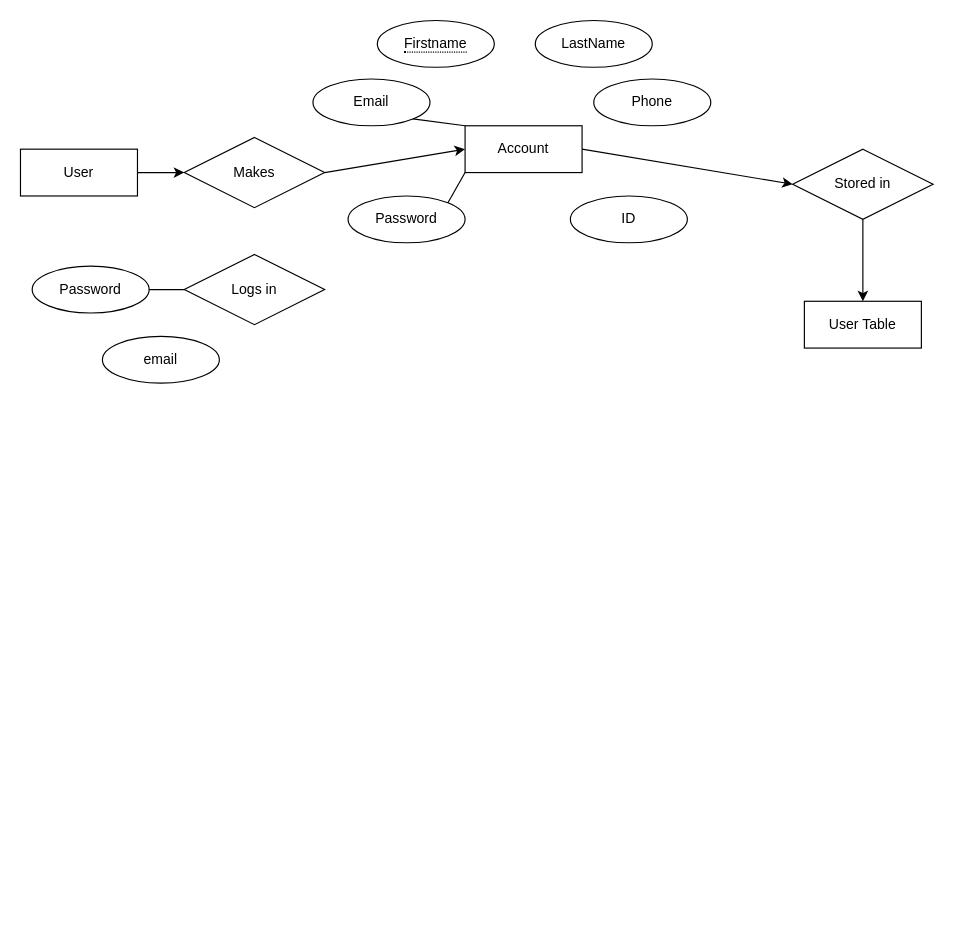
Above: Untitled Diagram.drawio in cop340212/group12 (draw.io), before the change. Source tidied: cells renumbered, new cells numbered last; positions are measured from the earlier drawing's top-left corner, leaving out a move shared by most shapes. Both pictures are drawn from the tidied source at 117%, with x=0, y=0 at pixel (20, 20).
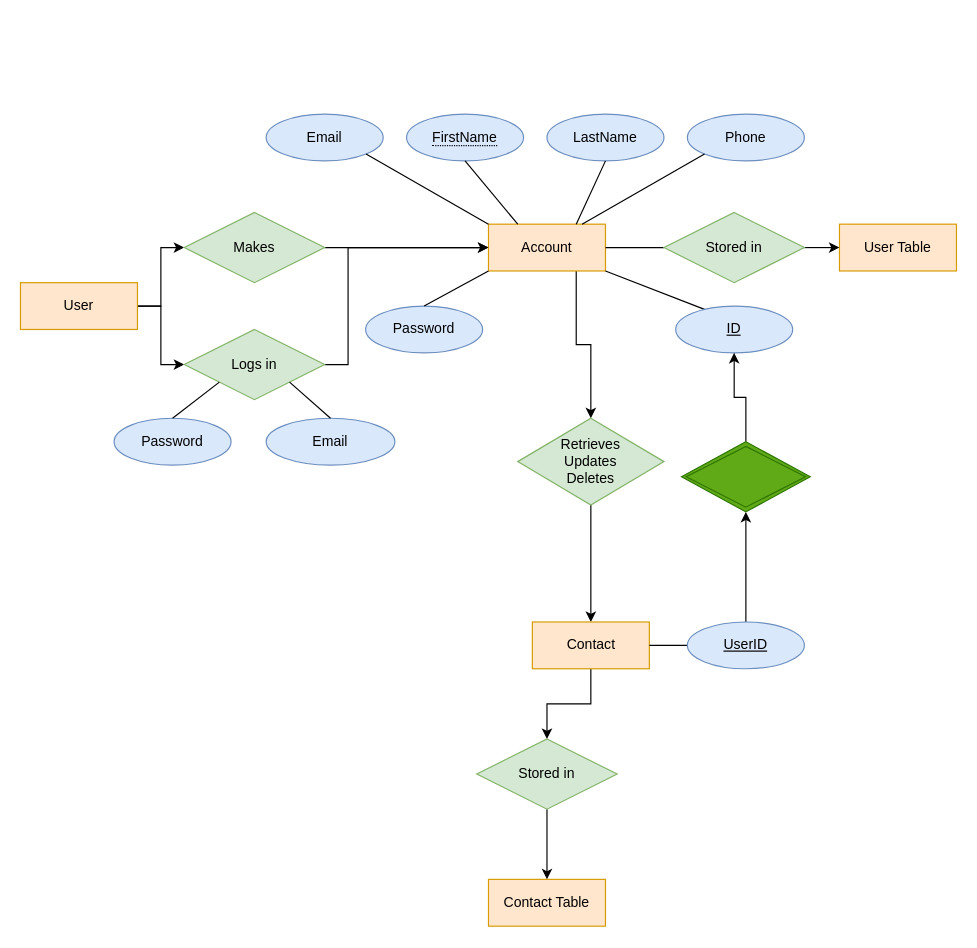
The same diagram, later.

What changed in the source:
```diff
@@
     <mxCell id="2" style="edgeStyle=none;rounded=0;orthogonalLoop=1;jettySize=auto;html=1;exitX=0;exitY=0;exitDx=0;exitDy=0;" parent="1" edge="1">
       <mxGeometry relative="1" as="geometry">
-        <mxPoint x="134.6" y="15.9" as="sourcePoint" />
-        <mxPoint x="134.6" y="15.9" as="targetPoint" />
+        <mxPoint x="134.6" y="100" as="sourcePoint" />
+        <mxPoint x="134.6" y="100" as="targetPoint" />
       </mxGeometry>
     </mxCell>
-    <mxCell id="3" style="edgeStyle=none;rounded=0;jettySize=auto;html=1;" parent="1" edge="1" source="4" target="9">
+    <mxCell id="3" style="edgeStyle=orthogonalEdgeStyle;rounded=0;jettySize=auto;html=1;exitX=1;exitY=0.5;exitDx=0;exitDy=0;entryX=0;entryY=0.5;entryDx=0;entryDy=0;" parent="1" edge="1" source="4" target="9">
       <mxGeometry relative="1" as="geometry" />
     </mxCell>
+    <mxCell id="25" style="edgeStyle=orthogonalEdgeStyle;rounded=0;jettySize=auto;html=1;exitX=1;exitY=0.5;exitDx=0;exitDy=0;entryX=0;entryY=0.5;entryDx=0;entryDy=0;" parent="1" edge="1" source="4" target="5">
+      <mxGeometry relative="1" as="geometry" />
+    </mxCell>
-    <mxCell id="4" value="User" style="whiteSpace=wrap;html=1;align=center;" parent="1" vertex="1">
-      <mxGeometry y="110" width="100" height="40" as="geometry" />
+    <mxCell id="4" value="User" style="whiteSpace=wrap;html=1;align=center;fillColor=#ffe6cc;strokeColor=#d79b00;" parent="1" vertex="1">
+      <mxGeometry y="224.1" width="100" height="40" as="geometry" />
     </mxCell>
+    <mxCell id="26" style="edgeStyle=orthogonalEdgeStyle;rounded=0;jettySize=auto;html=1;exitX=1;exitY=0.5;exitDx=0;exitDy=0;entryX=0;entryY=0.5;entryDx=0;entryDy=0;" parent="1" edge="1" source="5" target="7">
+      <mxGeometry relative="1" as="geometry">
+        <Array as="points">
+          <mxPoint x="280" y="294" />
+          <mxPoint x="280" y="194" />
+        </Array>
+      </mxGeometry>
+    </mxCell>
-    <mxCell id="5" value="Logs in" style="shape=rhombus;perimeter=rhombusPerimeter;whiteSpace=wrap;html=1;align=center;" parent="1" vertex="1">
-      <mxGeometry x="140" y="200" width="120" height="60" as="geometry" />
+    <mxCell id="5" value="Logs in" style="shape=rhombus;perimeter=rhombusPerimeter;whiteSpace=wrap;html=1;align=center;fillColor=#d5e8d4;strokeColor=#82b366;" parent="1" vertex="1">
+      <mxGeometry x="140" y="264.1" width="120" height="60" as="geometry" />
     </mxCell>
-    <mxCell id="6" style="edgeStyle=none;rounded=0;jettySize=auto;html=1;exitX=1;exitY=0.5;exitDx=0;exitDy=0;entryX=0;entryY=0.5;entryDx=0;entryDy=0;" parent="1" edge="1" source="7" target="11">
-      <mxGeometry relative="1" as="geometry" />
+    <mxCell id="6" style="edgeStyle=none;rounded=0;jettySize=auto;html=1;exitX=1;exitY=0.5;exitDx=0;exitDy=0;entryX=0;entryY=0.5;entryDx=0;entryDy=0;startArrow=none;" parent="1" edge="1" source="11">
+      <mxGeometry relative="1" as="geometry">
+        <mxPoint x="650" y="194.1" as="targetPoint" />
+      </mxGeometry>
     </mxCell>
+    <mxCell id="27" style="edgeStyle=orthogonalEdgeStyle;rounded=0;jettySize=auto;html=1;entryX=0.5;entryY=0;entryDx=0;entryDy=0;exitX=0.75;exitY=1;exitDx=0;exitDy=0;" parent="1" edge="1" source="7" target="33">
+      <mxGeometry relative="1" as="geometry" />
+    </mxCell>
-    <mxCell id="7" value="Account" style="whiteSpace=wrap;html=1;align=center;" parent="1" vertex="1">
-      <mxGeometry x="380" y="90" width="100" height="40" as="geometry" />
+    <mxCell id="7" value="Account" style="whiteSpace=wrap;html=1;align=center;fillColor=#ffe6cc;strokeColor=#d79b00;" parent="1" vertex="1">
+      <mxGeometry x="400" y="174.1" width="100" height="40" as="geometry" />
     </mxCell>
@@
-    <mxCell id="9" value="Makes" style="shape=rhombus;perimeter=rhombusPerimeter;whiteSpace=wrap;html=1;align=center;" parent="1" vertex="1">
-      <mxGeometry x="140" y="100" width="120" height="60" as="geometry" />
+    <mxCell id="9" value="Makes" style="shape=rhombus;perimeter=rhombusPerimeter;whiteSpace=wrap;html=1;align=center;fillColor=#d5e8d4;strokeColor=#82b366;" parent="1" vertex="1">
+      <mxGeometry x="140" y="164.1" width="120" height="60" as="geometry" />
     </mxCell>
-    <mxCell id="10" style="edgeStyle=none;rounded=0;jettySize=auto;html=1;exitX=0.5;exitY=1;exitDx=0;exitDy=0;entryX=0.5;entryY=0;entryDx=0;entryDy=0;" parent="1" edge="1" source="11" target="12">
-      <mxGeometry relative="1" as="geometry" />
-    </mxCell>
-    <mxCell id="11" value="Stored in" style="shape=rhombus;perimeter=rhombusPerimeter;whiteSpace=wrap;html=1;align=center;" parent="1" vertex="1">
-      <mxGeometry x="660" y="110" width="120" height="60" as="geometry" />
-    </mxCell>
-    <mxCell id="12" value="User Table" style="whiteSpace=wrap;html=1;align=center;" parent="1" vertex="1">
-      <mxGeometry x="670" y="240" width="100" height="40" as="geometry" />
+    <mxCell id="12" value="User Table" style="whiteSpace=wrap;html=1;align=center;fillColor=#ffe6cc;strokeColor=#d79b00;" parent="1" vertex="1">
+      <mxGeometry x="700" y="174.1" width="100" height="40" as="geometry" />
     </mxCell>
-    <mxCell id="13" value="&lt;span style=&quot;border-bottom: 1px dotted&quot;&gt;Firstname&lt;/span&gt;" style="ellipse;whiteSpace=wrap;html=1;align=center;" parent="1" vertex="1">
-      <mxGeometry x="305" width="100" height="40" as="geometry" />
+    <mxCell id="13" value="&lt;span style=&quot;border-bottom: 1px dotted&quot;&gt;FirstName&lt;/span&gt;" style="ellipse;whiteSpace=wrap;html=1;align=center;fillColor=#dae8fc;strokeColor=#6c8ebf;" parent="1" vertex="1">
+      <mxGeometry x="330" y="80" width="100" height="40" as="geometry" />
     </mxCell>
-    <mxCell id="14" value="LastName" style="ellipse;whiteSpace=wrap;html=1;align=center;" parent="1" vertex="1">
-      <mxGeometry x="440" width="100" height="40" as="geometry" />
+    <mxCell id="14" value="LastName" style="ellipse;whiteSpace=wrap;html=1;align=center;fillColor=#dae8fc;strokeColor=#6c8ebf;" parent="1" vertex="1">
+      <mxGeometry x="450" y="80" width="100" height="40" as="geometry" />
     </mxCell>
-    <mxCell id="15" value="ID" style="ellipse;whiteSpace=wrap;html=1;align=center;" parent="1" vertex="1">
-      <mxGeometry x="470" y="150" width="100" height="40" as="geometry" />
-    </mxCell>
-    <mxCell id="16" value="Email" style="ellipse;whiteSpace=wrap;html=1;align=center;" parent="1" vertex="1">
-      <mxGeometry x="250" y="50" width="100" height="40" as="geometry" />
+    <mxCell id="16" value="Email" style="ellipse;whiteSpace=wrap;html=1;align=center;fillColor=#dae8fc;strokeColor=#6c8ebf;" parent="1" vertex="1">
+      <mxGeometry x="210" y="80" width="100" height="40" as="geometry" />
     </mxCell>
-    <mxCell id="17" value="Password" style="ellipse;whiteSpace=wrap;html=1;align=center;" parent="1" vertex="1">
-      <mxGeometry x="280" y="150" width="100" height="40" as="geometry" />
+    <mxCell id="17" value="Password" style="ellipse;whiteSpace=wrap;html=1;align=center;fillColor=#dae8fc;strokeColor=#6c8ebf;" parent="1" vertex="1">
+      <mxGeometry x="295" y="244.1" width="100" height="40" as="geometry" />
     </mxCell>
-    <mxCell id="18" value="Phone" style="ellipse;whiteSpace=wrap;html=1;align=center;" parent="1" vertex="1">
-      <mxGeometry x="490" y="50" width="100" height="40" as="geometry" />
+    <mxCell id="18" value="Phone" style="ellipse;whiteSpace=wrap;html=1;align=center;fillColor=#dae8fc;strokeColor=#6c8ebf;" parent="1" vertex="1">
+      <mxGeometry x="570" y="80" width="100" height="40" as="geometry" />
     </mxCell>
-    <mxCell id="19" style="edgeStyle=none;rounded=0;orthogonalLoop=1;jettySize=auto;html=1;exitX=0;exitY=0.5;exitDx=0;exitDy=0;" parent="1" edge="1" source="11" target="11">
-      <mxGeometry relative="1" as="geometry">
-        <Array as="points">
-          <mxPoint x="660" y="140" />
-        </Array>
-      </mxGeometry>
-    </mxCell>
-    <mxCell id="20" value="email" style="ellipse;whiteSpace=wrap;html=1;align=center;" parent="1" vertex="1">
-      <mxGeometry x="70" y="270" width="100" height="40" as="geometry" />
+    <mxCell id="20" value="Email" style="ellipse;whiteSpace=wrap;html=1;align=center;fillColor=#dae8fc;strokeColor=#6c8ebf;" parent="1" vertex="1">
+      <mxGeometry x="210" y="340" width="110" height="40" as="geometry" />
     </mxCell>
-    <mxCell id="21" value="Password" style="ellipse;whiteSpace=wrap;html=1;align=center;" parent="1" vertex="1">
-      <mxGeometry x="10" y="210" width="100" height="40" as="geometry" />
+    <mxCell id="21" value="Password" style="ellipse;whiteSpace=wrap;html=1;align=center;fillColor=#dae8fc;strokeColor=#6c8ebf;" parent="1" vertex="1">
+      <mxGeometry x="80" y="340" width="100" height="40" as="geometry" />
     </mxCell>
-    <mxCell id="22" style="endArrow=none;html=1;rounded=0;exitX=1;exitY=0.5;exitDx=0;exitDy=0;entryX=0;entryY=0.5;entryDx=0;entryDy=0;" parent="1" edge="1" source="21" target="5">
-      <mxGeometry relative="1" as="geometry" />
-    </mxCell>
-    <mxCell id="23" style="endArrow=none;html=1;rounded=0;entryX=0;entryY=1;entryDx=0;entryDy=0;exitX=1;exitY=0;exitDx=0;exitDy=0;" parent="1" edge="1" source="17" target="7">
+    <mxCell id="23" style="endArrow=none;html=1;rounded=0;entryX=0;entryY=1;entryDx=0;entryDy=0;exitX=0.5;exitY=0;exitDx=0;exitDy=0;" parent="1" edge="1" source="17" target="7">
       <mxGeometry relative="1" as="geometry" />
     </mxCell>
@@
+    <mxCell id="28" style="endArrow=none;html=1;rounded=0;exitX=0.25;exitY=0;exitDx=0;exitDy=0;" parent="1" edge="1" source="7">
+      <mxGeometry relative="1" as="geometry">
+        <mxPoint x="380" y="120" as="targetPoint" />
+      </mxGeometry>
+    </mxCell>
+    <mxCell id="29" style="endArrow=none;html=1;rounded=0;entryX=0.5;entryY=1;entryDx=0;entryDy=0;exitX=0.75;exitY=0;exitDx=0;exitDy=0;" parent="1" edge="1" source="7" target="14">
+      <mxGeometry relative="1" as="geometry" />
+    </mxCell>
+    <mxCell id="30" style="endArrow=none;html=1;rounded=0;entryX=0;entryY=1;entryDx=0;entryDy=0;" parent="1" edge="1" target="18">
+      <mxGeometry relative="1" as="geometry">
+        <mxPoint x="480" y="174.1" as="sourcePoint" />
+      </mxGeometry>
+    </mxCell>
+    <mxCell id="31" style="endArrow=none;html=1;rounded=0;exitX=1;exitY=1;exitDx=0;exitDy=0;entryX=0.252;entryY=0.075;entryDx=0;entryDy=0;entryPerimeter=0;" parent="1" edge="1" source="7" target="15">
+      <mxGeometry relative="1" as="geometry" />
+    </mxCell>
+    <mxCell id="32" style="edgeStyle=orthogonalEdgeStyle;rounded=0;jettySize=auto;html=1;exitX=0.5;exitY=1;exitDx=0;exitDy=0;entryX=0.5;entryY=0;entryDx=0;entryDy=0;" parent="1" edge="1" source="33" target="36">
+      <mxGeometry relative="1" as="geometry" />
+    </mxCell>
+    <mxCell id="33" value="Retrieves&lt;br&gt;Updates&lt;br&gt;Deletes" style="shape=rhombus;perimeter=rhombusPerimeter;whiteSpace=wrap;html=1;align=center;fillColor=#d5e8d4;strokeColor=#82b366;" parent="1" vertex="1">
+      <mxGeometry x="425" y="340" width="125" height="74.1" as="geometry" />
+    </mxCell>
+    <mxCell id="34" value="Contact Table" style="whiteSpace=wrap;html=1;align=center;fillColor=#ffe6cc;strokeColor=#d79b00;" parent="1" vertex="1">
+      <mxGeometry x="400" y="734.1" width="100" height="40" as="geometry" />
+    </mxCell>
+    <mxCell id="35" style="edgeStyle=orthogonalEdgeStyle;rounded=0;jettySize=auto;html=1;exitX=0.5;exitY=1;exitDx=0;exitDy=0;entryX=0.5;entryY=0;entryDx=0;entryDy=0;" parent="1" edge="1" source="36" target="38">
+      <mxGeometry relative="1" as="geometry" />
+    </mxCell>
+    <mxCell id="36" value="Contact" style="whiteSpace=wrap;html=1;align=center;fillColor=#ffe6cc;strokeColor=#d79b00;" parent="1" vertex="1">
+      <mxGeometry x="437.5" y="514.1" width="100" height="40" as="geometry" />
+    </mxCell>
+    <mxCell id="37" style="edgeStyle=orthogonalEdgeStyle;rounded=0;jettySize=auto;html=1;exitX=0.5;exitY=1;exitDx=0;exitDy=0;" parent="1" edge="1" source="38" target="34">
+      <mxGeometry relative="1" as="geometry" />
+    </mxCell>
+    <mxCell id="38" value="Stored in" style="shape=rhombus;perimeter=rhombusPerimeter;whiteSpace=wrap;html=1;align=center;fillColor=#d5e8d4;strokeColor=#82b366;" parent="1" vertex="1">
+      <mxGeometry x="390" y="614.1" width="120" height="60" as="geometry" />
+    </mxCell>
+    <mxCell id="15" value="ID" style="ellipse;whiteSpace=wrap;html=1;align=center;fontStyle=4;fillColor=#dae8fc;strokeColor=#6c8ebf;" parent="1" vertex="1">
+      <mxGeometry x="560" y="244.1" width="100" height="40" as="geometry" />
+    </mxCell>
+    <mxCell id="39" style="endArrow=none;html=1;rounded=0;exitX=1;exitY=1;exitDx=0;exitDy=0;entryX=0.5;entryY=0;entryDx=0;entryDy=0;" parent="1" edge="1" source="5" target="20">
+      <mxGeometry relative="1" as="geometry" />
+    </mxCell>
+    <mxCell id="40" style="endArrow=none;html=1;rounded=0;exitX=0;exitY=1;exitDx=0;exitDy=0;entryX=0.5;entryY=0;entryDx=0;entryDy=0;" parent="1" edge="1" source="5" target="21">
+      <mxGeometry relative="1" as="geometry" />
+    </mxCell>
+    <mxCell id="41" style="edgeStyle=orthogonalEdgeStyle;rounded=0;jettySize=auto;html=1;exitX=0.5;exitY=0;exitDx=0;exitDy=0;" parent="1" edge="1" source="42" target="15">
+      <mxGeometry relative="1" as="geometry" />
+    </mxCell>
+    <mxCell id="42" style="shape=rhombus;double=1;perimeter=rhombusPerimeter;whiteSpace=wrap;html=1;align=center;fillColor=#60a917;strokeColor=#2D7600;fontColor=#ffffff;" parent="1" vertex="1">
+      <mxGeometry x="565" y="360" width="110" height="60" as="geometry" />
+    </mxCell>
+    <mxCell id="43" style="edgeStyle=orthogonalEdgeStyle;rounded=0;jettySize=auto;html=1;exitX=0.5;exitY=0;exitDx=0;exitDy=0;" parent="1" edge="1" source="45" target="42">
+      <mxGeometry relative="1" as="geometry" />
+    </mxCell>
+    <mxCell id="44" style="endArrow=none;html=1;rounded=0;exitX=1;exitY=0.5;exitDx=0;exitDy=0;entryX=0;entryY=0.5;entryDx=0;entryDy=0;" parent="1" edge="1" source="36" target="45">
+      <mxGeometry relative="1" as="geometry" />
+    </mxCell>
+    <mxCell id="45" value="UserID" style="ellipse;whiteSpace=wrap;html=1;align=center;fontStyle=4;fillColor=#dae8fc;strokeColor=#6c8ebf;" parent="1" vertex="1">
+      <mxGeometry x="570" y="514.1" width="100" height="40" as="geometry" />
+    </mxCell>
+    <mxCell id="46" style="edgeStyle=none;rounded=0;jettySize=auto;html=1;exitX=1;exitY=0.5;exitDx=0;exitDy=0;entryX=0;entryY=0.5;entryDx=0;entryDy=0;endArrow=none;" parent="1" edge="1" source="7" target="11">
+      <mxGeometry relative="1" as="geometry" />
+    </mxCell>
+    <mxCell id="10" style="edgeStyle=orthogonalEdgeStyle;rounded=0;jettySize=auto;html=1;exitX=1;exitY=0.5;exitDx=0;exitDy=0;entryX=0;entryY=0.5;entryDx=0;entryDy=0;" parent="1" edge="1" source="11" target="12">
+      <mxGeometry relative="1" as="geometry" />
+    </mxCell>
+    <mxCell id="11" value="Stored in" style="shape=rhombus;perimeter=rhombusPerimeter;whiteSpace=wrap;html=1;align=center;fillColor=#d5e8d4;strokeColor=#82b366;" parent="1" vertex="1">
+      <mxGeometry x="550" y="164.1" width="120" height="60" as="geometry" />
+    </mxCell>
```
